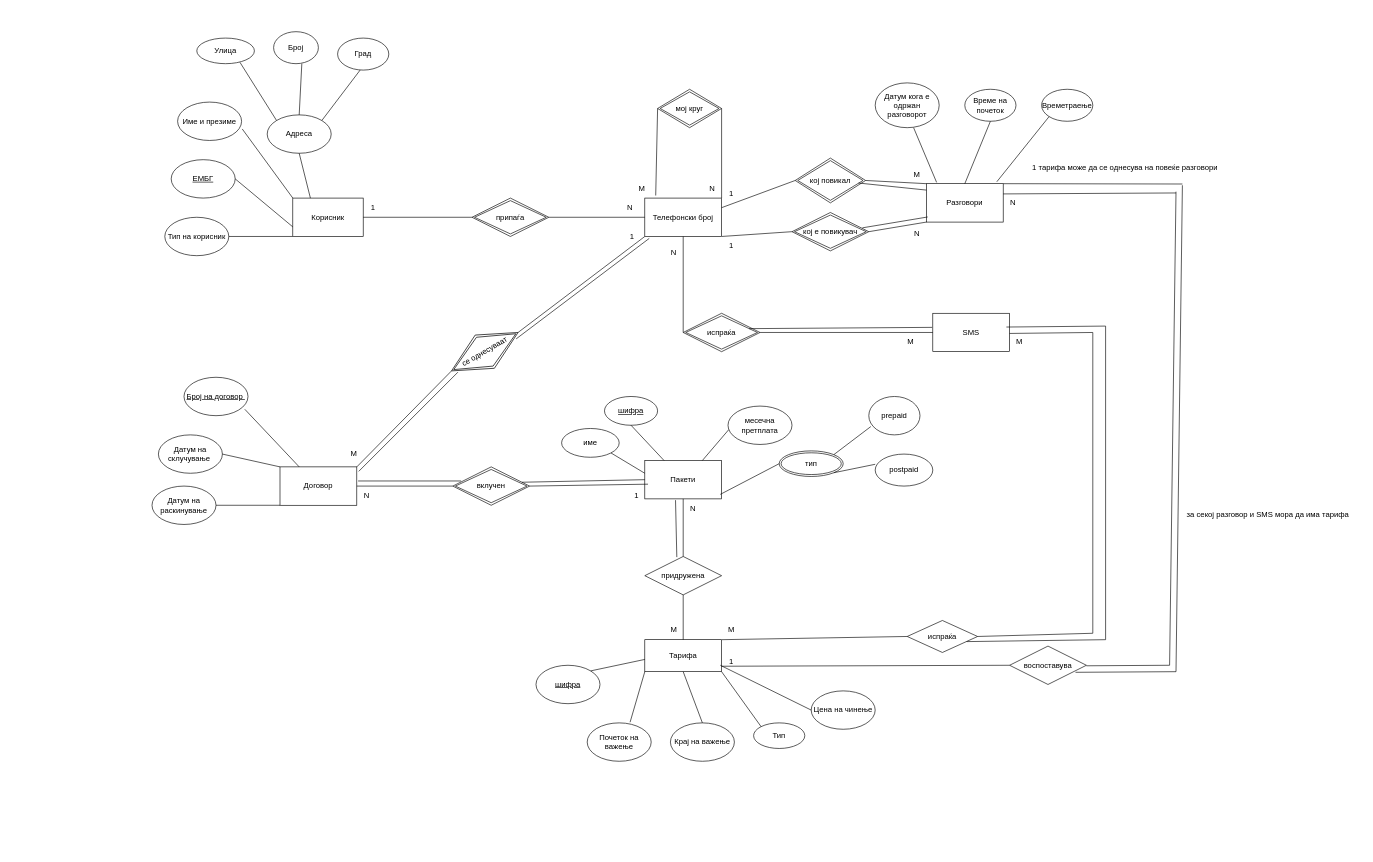
This is aud1/z1.drawio from davidhristov59/Databases, a draw.io file, before an edit. Source tidied: cells renumbered, new cells numbered last; positions are measured from the earlier drawing's top-left corner, leaving out a move shared by most shapes. Both pictures are drawn from the tidied source at 64%, with x=0, y=0 at pixel (152, 11).
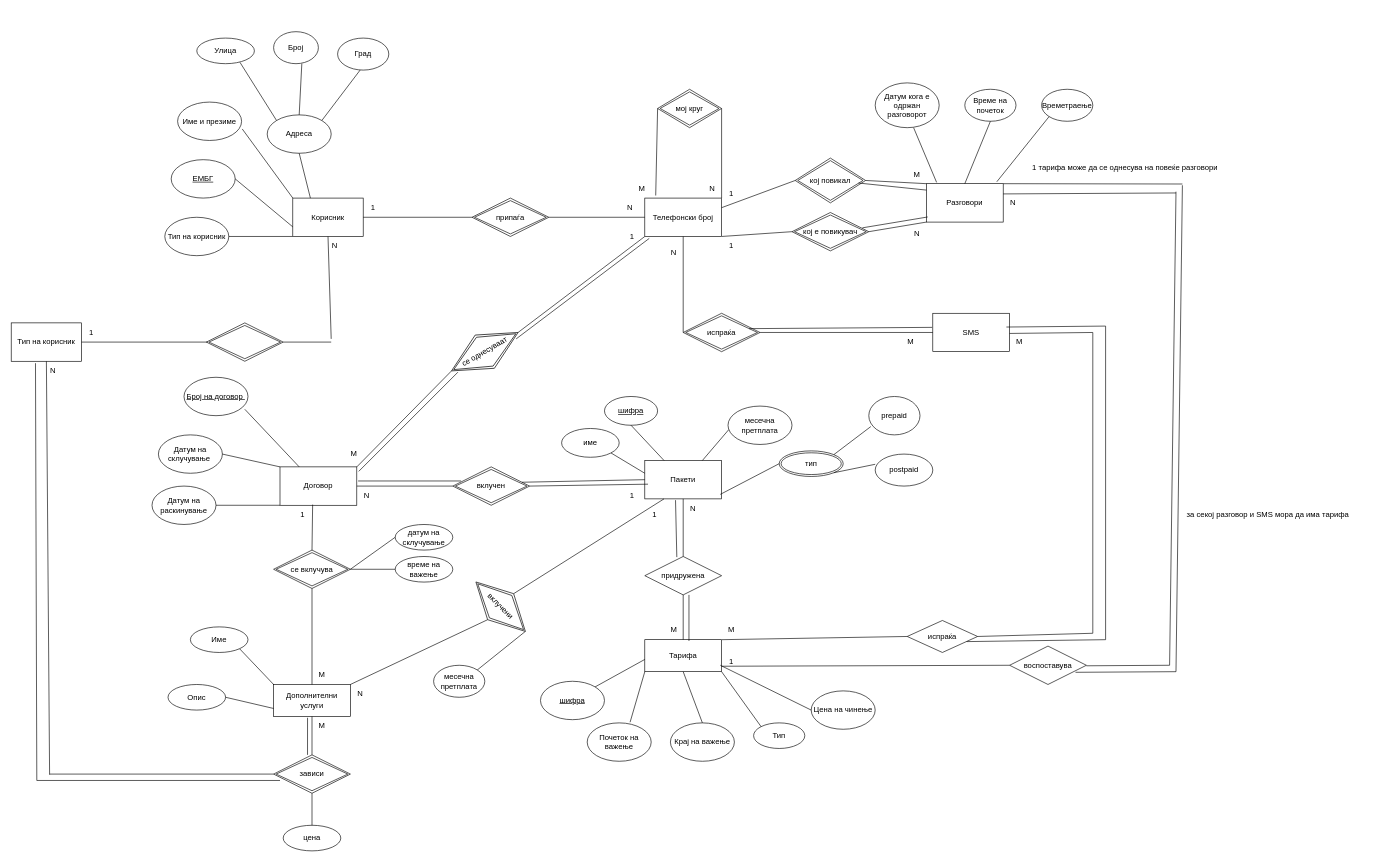
After the change.

The change refers to these unchanged cells:
```xml
<mxCell id="2" value="Корисник" style="rounded=0;whiteSpace=wrap;html=1;" parent="1" vertex="1">
  <mxGeometry x="220" y="292" width="110" height="60" as="geometry" />
</mxCell>
<mxCell id="3" value="Договор" style="rounded=0;whiteSpace=wrap;html=1;" parent="1" vertex="1">
  <mxGeometry x="200" y="712" width="120" height="60" as="geometry" />
</mxCell>
<mxCell id="20" value="Пакети" style="rounded=0;whiteSpace=wrap;html=1;" parent="1" vertex="1">
  <mxGeometry x="770" y="702" width="120" height="60" as="geometry" />
</mxCell>
<mxCell id="89" value="Тарифа" style="rounded=0;whiteSpace=wrap;html=1;" parent="1" vertex="1">
  <mxGeometry x="770" y="982" width="120" height="50" as="geometry" />
</mxCell>
```

Change to the diagram source:
```diff
@@
     <mxCell id="52" value="1" style="text;html=1;align=center;verticalAlign=middle;strokeColor=none;fillColor=none;" parent="1" vertex="1">
-      <mxGeometry x="742" y="742" width="30" height="30" as="geometry" />
+      <mxGeometry x="735" y="742" width="30" height="30" as="geometry" />
     </mxCell>
@@
     <mxCell id="91" value="&lt;u&gt;шифра&lt;/u&gt;" style="ellipse;whiteSpace=wrap;html=1;" parent="1" vertex="1">
-      <mxGeometry x="600" y="1022" width="100" height="60" as="geometry" />
+      <mxGeometry x="607" y="1047" width="100" height="60" as="geometry" />
     </mxCell>
@@
+    <mxCell id="128" value="Дополнителни услуги" style="rounded=0;whiteSpace=wrap;html=1;" parent="1" vertex="1">
+      <mxGeometry x="190" y="1052" width="120" height="50" as="geometry" />
+    </mxCell>
+    <mxCell id="129" style="endArrow=none;html=1;rounded=0;entryX=0.575;entryY=0.04;entryDx=0;entryDy=0;entryPerimeter=0;" parent="1" edge="1" target="89">
+      <mxGeometry relative="1" as="geometry">
+        <mxPoint x="839" y="912" as="sourcePoint" />
+      </mxGeometry>
+    </mxCell>
+    <mxCell id="130" value="Име" style="ellipse;whiteSpace=wrap;html=1;" parent="1" vertex="1">
+      <mxGeometry x="60" y="962" width="90" height="40" as="geometry" />
+    </mxCell>
+    <mxCell id="131" style="endArrow=none;html=1;rounded=0;exitX=1;exitY=1;exitDx=0;exitDy=0;entryX=0;entryY=0;entryDx=0;entryDy=0;" parent="1" edge="1" source="130" target="128">
+      <mxGeometry relative="1" as="geometry" />
+    </mxCell>
+    <mxCell id="132" value="Опис" style="ellipse;whiteSpace=wrap;html=1;" parent="1" vertex="1">
+      <mxGeometry x="25" y="1052" width="90" height="40" as="geometry" />
+    </mxCell>
+    <mxCell id="133" style="endArrow=none;html=1;rounded=0;exitX=1;exitY=0.5;exitDx=0;exitDy=0;entryX=0;entryY=0.75;entryDx=0;entryDy=0;" parent="1" edge="1" source="132" target="128">
+      <mxGeometry relative="1" as="geometry" />
+    </mxCell>
+    <mxCell id="134" value="се вклучува" style="shape=rhombus;double=1;perimeter=rhombusPerimeter;whiteSpace=wrap;html=1;align=center;" parent="1" vertex="1">
+      <mxGeometry x="190" y="842" width="120" height="60" as="geometry" />
+    </mxCell>
+    <mxCell id="135" style="endArrow=none;html=1;rounded=0;exitX=0.5;exitY=1;exitDx=0;exitDy=0;entryX=0.5;entryY=0;entryDx=0;entryDy=0;" parent="1" edge="1" source="134" target="128">
+      <mxGeometry relative="1" as="geometry" />
+    </mxCell>
+    <mxCell id="136" style="endArrow=none;html=1;rounded=0;exitX=0.425;exitY=0.983;exitDx=0;exitDy=0;entryX=0.5;entryY=0;entryDx=0;entryDy=0;exitPerimeter=0;" parent="1" edge="1" source="3" target="134">
+      <mxGeometry relative="1" as="geometry" />
+    </mxCell>
+    <mxCell id="137" value="датум на склучување" style="ellipse;whiteSpace=wrap;html=1;" parent="1" vertex="1">
+      <mxGeometry x="380" y="802" width="90" height="40" as="geometry" />
+    </mxCell>
+    <mxCell id="138" value="време на важење" style="ellipse;whiteSpace=wrap;html=1;" parent="1" vertex="1">
+      <mxGeometry x="380" y="852" width="90" height="40" as="geometry" />
+    </mxCell>
+    <mxCell id="139" style="endArrow=none;html=1;rounded=0;exitX=1;exitY=0.5;exitDx=0;exitDy=0;entryX=0;entryY=0.5;entryDx=0;entryDy=0;" parent="1" edge="1" source="134" target="138">
+      <mxGeometry relative="1" as="geometry" />
+    </mxCell>
+    <mxCell id="140" style="endArrow=none;html=1;rounded=0;exitX=0;exitY=0.5;exitDx=0;exitDy=0;entryX=1;entryY=0.5;entryDx=0;entryDy=0;" parent="1" edge="1" source="137" target="134">
+      <mxGeometry relative="1" as="geometry" />
+    </mxCell>
+    <mxCell id="141" value="M" style="text;html=1;align=center;verticalAlign=middle;strokeColor=none;fillColor=none;" parent="1" vertex="1">
+      <mxGeometry x="250" y="1022" width="30" height="30" as="geometry" />
+    </mxCell>
+    <mxCell id="142" value="1" style="text;html=1;align=center;verticalAlign=middle;strokeColor=none;fillColor=none;" parent="1" vertex="1">
+      <mxGeometry x="220" y="772" width="30" height="30" as="geometry" />
+    </mxCell>
+    <mxCell id="143" value="вклучени" style="shape=rhombus;double=1;perimeter=rhombusPerimeter;whiteSpace=wrap;html=1;align=center;rotation=45;" parent="1" vertex="1">
+      <mxGeometry x="490.1" y="901.7" width="109.3" height="57.5" as="geometry" />
+    </mxCell>
+    <mxCell id="144" style="endArrow=none;html=1;rounded=0;exitX=0.5;exitY=1;exitDx=0;exitDy=0;entryX=1;entryY=0;entryDx=0;entryDy=0;" parent="1" edge="1" source="143" target="128">
+      <mxGeometry relative="1" as="geometry" />
+    </mxCell>
+    <mxCell id="145" style="endArrow=none;html=1;rounded=0;exitX=0.25;exitY=1;exitDx=0;exitDy=0;entryX=0.5;entryY=0;entryDx=0;entryDy=0;" parent="1" edge="1" source="20" target="143">
+      <mxGeometry relative="1" as="geometry" />
+    </mxCell>
+    <mxCell id="146" value="1" style="text;html=1;align=center;verticalAlign=middle;strokeColor=none;fillColor=none;" parent="1" vertex="1">
+      <mxGeometry x="770" y="772" width="30" height="30" as="geometry" />
+    </mxCell>
+    <mxCell id="147" value="месечна претплата" style="ellipse;whiteSpace=wrap;html=1;" parent="1" vertex="1">
+      <mxGeometry x="440" y="1022" width="80" height="50" as="geometry" />
+    </mxCell>
+    <mxCell id="148" value="N" style="text;html=1;align=center;verticalAlign=middle;strokeColor=none;fillColor=none;" parent="1" vertex="1">
+      <mxGeometry x="310" y="1052" width="30" height="30" as="geometry" />
+    </mxCell>
+    <mxCell id="149" style="endArrow=none;html=1;rounded=0;exitX=1;exitY=0;exitDx=0;exitDy=0;entryX=1;entryY=0.5;entryDx=0;entryDy=0;" parent="1" edge="1" source="147" target="143">
+      <mxGeometry relative="1" as="geometry" />
+    </mxCell>
+    <mxCell id="150" value="Тип на корисник" style="rounded=0;whiteSpace=wrap;html=1;" parent="1" vertex="1">
+      <mxGeometry x="-220" y="487" width="110" height="60" as="geometry" />
+    </mxCell>
+    <mxCell id="151" style="endArrow=none;html=1;rounded=0;entryX=0.5;entryY=1;entryDx=0;entryDy=0;" parent="1" edge="1" target="2">
+      <mxGeometry relative="1" as="geometry">
+        <mxPoint x="280" y="512" as="sourcePoint" />
+      </mxGeometry>
+    </mxCell>
+    <mxCell id="152" style="endArrow=none;html=1;rounded=0;exitX=1;exitY=0.5;exitDx=0;exitDy=0;" parent="1" edge="1" source="150">
+      <mxGeometry relative="1" as="geometry">
+        <mxPoint x="90" y="517" as="targetPoint" />
+      </mxGeometry>
+    </mxCell>
+    <mxCell id="153" style="endArrow=none;html=1;rounded=0;exitX=0.5;exitY=1;exitDx=0;exitDy=0;" parent="1" edge="1" source="150">
+      <mxGeometry relative="1" as="geometry">
+        <mxPoint x="-160" y="1193" as="targetPoint" />
+      </mxGeometry>
+    </mxCell>
+    <mxCell id="154" value="зависи" style="shape=rhombus;double=1;perimeter=rhombusPerimeter;whiteSpace=wrap;html=1;align=center;" parent="1" vertex="1">
+      <mxGeometry x="190" y="1162" width="120" height="60" as="geometry" />
+    </mxCell>
+    <mxCell id="155" style="endArrow=none;html=1;rounded=0;exitX=1;exitY=0.5;exitDx=0;exitDy=0;entryX=0;entryY=0.5;entryDx=0;entryDy=0;" parent="1" edge="1" target="154">
+      <mxGeometry relative="1" as="geometry">
+        <mxPoint x="-160" y="1192" as="sourcePoint" />
+      </mxGeometry>
+    </mxCell>
+    <mxCell id="156" style="endArrow=none;html=1;rounded=0;exitX=0.5;exitY=1;exitDx=0;exitDy=0;entryX=0.5;entryY=0;entryDx=0;entryDy=0;" parent="1" edge="1" source="128" target="154">
+      <mxGeometry relative="1" as="geometry" />
+    </mxCell>
+    <mxCell id="157" value="цена" style="ellipse;whiteSpace=wrap;html=1;" parent="1" vertex="1">
+      <mxGeometry x="205" y="1272" width="90" height="40" as="geometry" />
+    </mxCell>
+    <mxCell id="158" style="endArrow=none;html=1;rounded=0;exitX=0.5;exitY=1;exitDx=0;exitDy=0;entryX=0.5;entryY=0;entryDx=0;entryDy=0;" parent="1" edge="1" source="154" target="157">
+      <mxGeometry relative="1" as="geometry" />
+    </mxCell>
+    <mxCell id="159" style="endArrow=none;html=1;rounded=0;entryX=0;entryY=0.5;entryDx=0;entryDy=0;" parent="1" edge="1">
+      <mxGeometry relative="1" as="geometry">
+        <mxPoint x="-180" y="1202" as="sourcePoint" />
+        <mxPoint x="200" y="1202" as="targetPoint" />
+      </mxGeometry>
+    </mxCell>
+    <mxCell id="160" style="endArrow=none;html=1;rounded=0;exitX=0.442;exitY=1.04;exitDx=0;exitDy=0;exitPerimeter=0;" parent="1" edge="1" source="128">
+      <mxGeometry relative="1" as="geometry">
+        <mxPoint x="243" y="1162" as="targetPoint" />
+      </mxGeometry>
+    </mxCell>
+    <mxCell id="161" style="endArrow=none;html=1;rounded=0;exitX=0.345;exitY=1.05;exitDx=0;exitDy=0;exitPerimeter=0;" parent="1" edge="1" source="150">
+      <mxGeometry relative="1" as="geometry">
+        <mxPoint x="-180" y="1202" as="targetPoint" />
+      </mxGeometry>
+    </mxCell>
+    <mxCell id="162" value="N" style="text;html=1;align=center;verticalAlign=middle;strokeColor=none;fillColor=none;" parent="1" vertex="1">
+      <mxGeometry x="-170" y="547" width="30" height="30" as="geometry" />
+    </mxCell>
+    <mxCell id="163" value="M" style="text;html=1;align=center;verticalAlign=middle;strokeColor=none;fillColor=none;" parent="1" vertex="1">
+      <mxGeometry x="250" y="1102" width="30" height="30" as="geometry" />
+    </mxCell>
+    <mxCell id="164" style="shape=rhombus;double=1;perimeter=rhombusPerimeter;whiteSpace=wrap;html=1;align=center;" parent="1" vertex="1">
+      <mxGeometry x="85" y="487" width="120" height="60" as="geometry" />
+    </mxCell>
+    <mxCell id="165" style="endArrow=none;html=1;rounded=0;exitX=1;exitY=0.5;exitDx=0;exitDy=0;" parent="1" edge="1" source="164">
+      <mxGeometry relative="1" as="geometry">
+        <mxPoint x="280" y="517" as="targetPoint" />
+      </mxGeometry>
+    </mxCell>
+    <mxCell id="166" value="N" style="text;html=1;align=center;verticalAlign=middle;strokeColor=none;fillColor=none;" parent="1" vertex="1">
+      <mxGeometry x="270" y="352" width="30" height="30" as="geometry" />
+    </mxCell>
+    <mxCell id="167" value="1" style="text;html=1;align=center;verticalAlign=middle;strokeColor=none;fillColor=none;" parent="1" vertex="1">
+      <mxGeometry x="-110" y="487" width="30" height="30" as="geometry" />
+    </mxCell>
```
